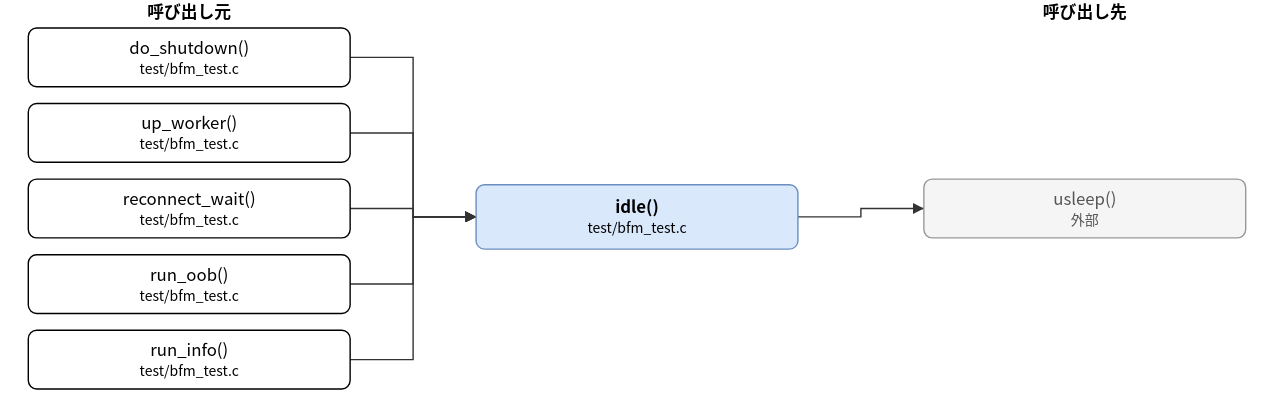
Earlier version of the draw.io export doc/spec/images/call_test_bfm_test-idle.drawio.svg (hf355051012-ai/bfmem). Source tidied: cells renumbered, new cells last; positions are measured from the earlier drawing's top-left corner, leaving out a move shared by most shapes.
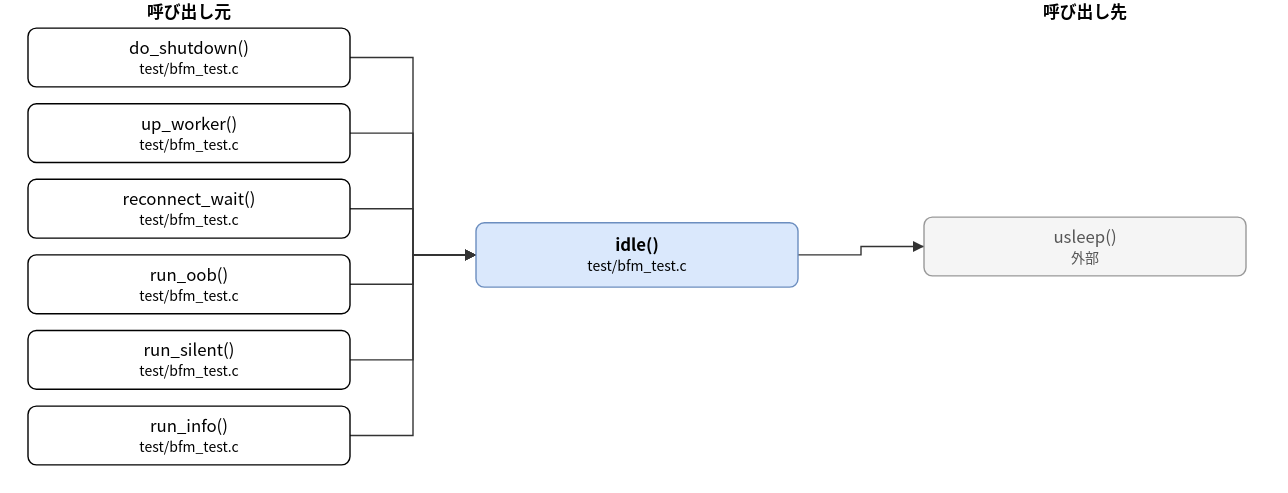
After the change.

The edit, as a diff of the source:
```diff
@@ -3,7 +3,7 @@
     <mxCell id="0" />
     <mxCell id="1" parent="0" />
     <mxCell id="2" value="idle()&lt;br&gt;&lt;font style=&quot;font-size:10px&quot;&gt;test/bfm_test.c&lt;/font&gt;" style="rounded=1;whiteSpace=wrap;html=1;fillColor=#dae8fc;strokeColor=#6c8ebf;fontStyle=1;" parent="1" vertex="1">
-      <mxGeometry x="320" y="132" width="230" height="46" as="geometry" />
+      <mxGeometry x="320" y="159" width="230" height="46" as="geometry" />
     </mxCell>
     <mxCell id="3" value="do_shutdown()&lt;br&gt;&lt;font style=&quot;font-size:10px&quot;&gt;test/bfm_test.c&lt;/font&gt;" style="rounded=1;whiteSpace=wrap;html=1;" parent="1" vertex="1">
       <mxGeometry y="20" width="230" height="42" as="geometry" />
@@ -17,17 +17,20 @@
     <mxCell id="6" value="run_oob()&lt;br&gt;&lt;font style=&quot;font-size:10px&quot;&gt;test/bfm_test.c&lt;/font&gt;" style="rounded=1;whiteSpace=wrap;html=1;" parent="1" vertex="1">
       <mxGeometry y="182" width="230" height="42" as="geometry" />
     </mxCell>
-    <mxCell id="7" value="run_info()&lt;br&gt;&lt;font style=&quot;font-size:10px&quot;&gt;test/bfm_test.c&lt;/font&gt;" style="rounded=1;whiteSpace=wrap;html=1;" parent="1" vertex="1">
+    <mxCell id="7" value="run_silent()&lt;br&gt;&lt;font style=&quot;font-size:10px&quot;&gt;test/bfm_test.c&lt;/font&gt;" style="rounded=1;whiteSpace=wrap;html=1;" parent="1" vertex="1">
       <mxGeometry y="236" width="230" height="42" as="geometry" />
     </mxCell>
+    <mxCell id="17" value="run_info()&lt;br&gt;&lt;font style=&quot;font-size:10px&quot;&gt;test/bfm_test.c&lt;/font&gt;" style="rounded=1;whiteSpace=wrap;html=1;" parent="1" vertex="1">
+      <mxGeometry y="290" width="230" height="42" as="geometry" />
+    </mxCell>
     <mxCell id="8" value="usleep()&lt;br&gt;&lt;font style=&quot;font-size:10px&quot;&gt;外部&lt;/font&gt;" style="rounded=1;whiteSpace=wrap;html=1;fillColor=#f5f5f5;strokeColor=#999999;fontColor=#555555;" parent="1" vertex="1">
-      <mxGeometry x="640" y="128" width="230" height="42" as="geometry" />
+      <mxGeometry x="640" y="155" width="230" height="42" as="geometry" />
     </mxCell>
     <mxCell id="9" style="edgeStyle=none;html=1;rounded=0;endArrow=block;endFill=1;exitX=1.0000;exitY=0.5000;exitDx=0;exitDy=0;exitPerimeter=0;entryX=0.0000;entryY=0.5000;entryDx=0;entryDy=0;entryPerimeter=0;" parent="1" edge="1" source="3" target="2">
       <mxGeometry relative="1" as="geometry">
         <Array as="points">
           <mxPoint x="275" y="41" />
-          <mxPoint x="275" y="155" />
+          <mxPoint x="275" y="182" />
         </Array>
       </mxGeometry>
     </mxCell>
@@ -35,7 +38,7 @@
       <mxGeometry relative="1" as="geometry">
         <Array as="points">
           <mxPoint x="275" y="95" />
-          <mxPoint x="275" y="155" />
+          <mxPoint x="275" y="182" />
         </Array>
       </mxGeometry>
     </mxCell>
@@ -43,7 +46,7 @@
       <mxGeometry relative="1" as="geometry">
         <Array as="points">
           <mxPoint x="275" y="149" />
-          <mxPoint x="275" y="155" />
+          <mxPoint x="275" y="182" />
         </Array>
       </mxGeometry>
     </mxCell>
@@ -51,7 +54,7 @@
       <mxGeometry relative="1" as="geometry">
         <Array as="points">
           <mxPoint x="275" y="203" />
-          <mxPoint x="275" y="155" />
+          <mxPoint x="275" y="182" />
         </Array>
       </mxGeometry>
     </mxCell>
@@ -59,18 +62,26 @@
       <mxGeometry relative="1" as="geometry">
         <Array as="points">
           <mxPoint x="275" y="257" />
-          <mxPoint x="275" y="155" />
+          <mxPoint x="275" y="182" />
         </Array>
       </mxGeometry>
     </mxCell>
-    <mxCell id="14" style="edgeStyle=none;html=1;rounded=0;endArrow=block;endFill=1;exitX=1.0000;exitY=0.5000;exitDx=0;exitDy=0;exitPerimeter=0;entryX=0.0000;entryY=0.5000;entryDx=0;entryDy=0;entryPerimeter=0;" parent="1" edge="1" source="2" target="8">
+    <mxCell id="14" style="edgeStyle=none;html=1;rounded=0;endArrow=block;endFill=1;exitX=1.0000;exitY=0.5000;exitDx=0;exitDy=0;exitPerimeter=0;entryX=0.0000;entryY=0.5000;entryDx=0;entryDy=0;entryPerimeter=0;" parent="1" edge="1" source="17" target="2">
       <mxGeometry relative="1" as="geometry">
         <Array as="points">
-          <mxPoint x="595" y="155" />
-          <mxPoint x="595" y="149" />
+          <mxPoint x="275" y="311" />
+          <mxPoint x="275" y="182" />
         </Array>
       </mxGeometry>
     </mxCell>
+    <mxCell id="18" style="edgeStyle=none;html=1;rounded=0;endArrow=block;endFill=1;exitX=1.0000;exitY=0.5000;exitDx=0;exitDy=0;exitPerimeter=0;entryX=0.0000;entryY=0.5000;entryDx=0;entryDy=0;entryPerimeter=0;" parent="1" edge="1" source="2" target="8">
+      <mxGeometry relative="1" as="geometry">
+        <Array as="points">
+          <mxPoint x="595" y="182" />
+          <mxPoint x="595" y="176" />
+        </Array>
+      </mxGeometry>
+    </mxCell>
     <mxCell id="15" value="呼び出し元" style="text;html=1;align=center;fontStyle=1;" parent="1" vertex="1">
       <mxGeometry x="35" width="160" height="18" as="geometry" />
     </mxCell>
```
